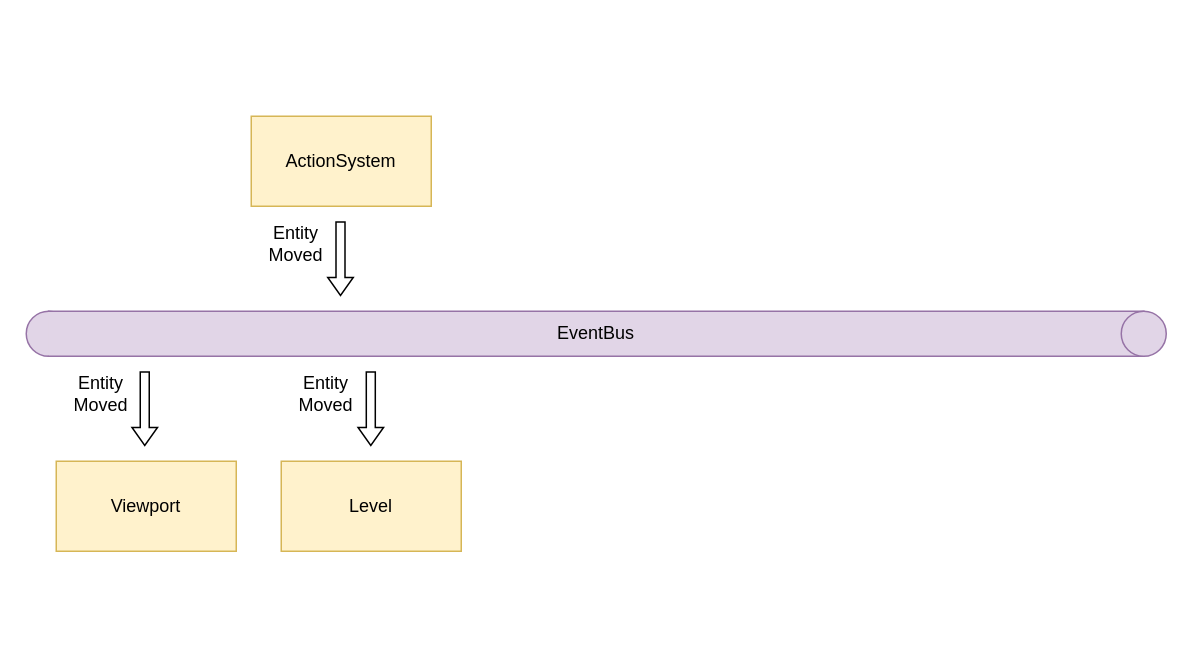
Earlier version of the draw.io diagram page "Events" (2 of 2) of docs/schemas.drawio (vladimir-popov/forgotten_catacombs). Source tidied: cells renumbered, new cells numbered last; positions are measured from the earlier drawing's top-left corner, leaving out a move shared by most shapes. Both pictures are drawn from the tidied source at 150%, with x=0, y=0 at pixel (26, 116).
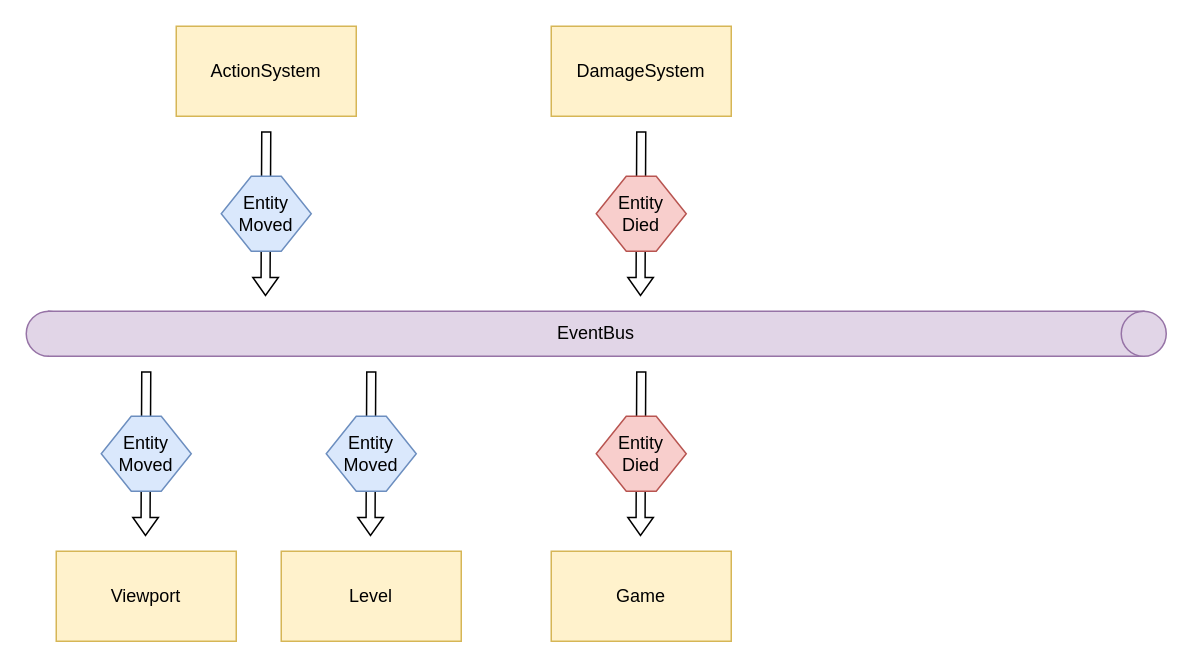
After the change.

The edit, as a diff of the source:
```diff
@@
     <mxCell id="6" value="ActionSystem" style="rounded=0;whiteSpace=wrap;html=1;fillColor=#fff2cc;strokeColor=#d6b656;" parent="1" vertex="1">
-      <mxGeometry x="150" width="120" height="60" as="geometry" />
+      <mxGeometry x="100" y="-60" width="120" height="60" as="geometry" />
     </mxCell>
-    <mxCell id="7" style="shape=flexArrow;endArrow=classic;html=1;rounded=0;endWidth=10;endSize=3.665;width=6;" parent="1" edge="1">
-      <mxGeometry relative="1" as="geometry">
-        <mxPoint x="209.5" y="70" as="sourcePoint" />
-        <mxPoint x="209.5" y="120" as="targetPoint" />
-      </mxGeometry>
-    </mxCell>
-    <mxCell id="8" value="Entity Moved" style="text;html=1;align=center;verticalAlign=middle;whiteSpace=wrap;rounded=0;" parent="1" vertex="1">
-      <mxGeometry x="150" y="70" width="60" height="30" as="geometry" />
-    </mxCell>
     <mxCell id="9" value="Viewport" style="rounded=0;whiteSpace=wrap;html=1;fillColor=#fff2cc;strokeColor=#d6b656;" parent="1" vertex="1">
-      <mxGeometry x="20" y="230" width="120" height="60" as="geometry" />
+      <mxGeometry x="20" y="290" width="120" height="60" as="geometry" />
     </mxCell>
-    <mxCell id="10" style="shape=flexArrow;endArrow=classic;html=1;rounded=0;endWidth=10;endSize=3.665;width=6;" parent="1" edge="1">
-      <mxGeometry relative="1" as="geometry">
-        <mxPoint x="79" y="170" as="sourcePoint" />
-        <mxPoint x="79" y="220" as="targetPoint" />
-      </mxGeometry>
-    </mxCell>
-    <mxCell id="11" value="Entity Moved" style="text;html=1;align=center;verticalAlign=middle;whiteSpace=wrap;rounded=0;" parent="1" vertex="1">
-      <mxGeometry x="170" y="170" width="60" height="30" as="geometry" />
-    </mxCell>
     <mxCell id="12" value="Level" style="rounded=0;whiteSpace=wrap;html=1;fillColor=#fff2cc;strokeColor=#d6b656;" parent="1" vertex="1">
-      <mxGeometry x="170" y="230" width="120" height="60" as="geometry" />
+      <mxGeometry x="170" y="290" width="120" height="60" as="geometry" />
     </mxCell>
-    <mxCell id="13" style="shape=flexArrow;endArrow=classic;html=1;rounded=0;endWidth=10;endSize=3.665;width=6;" parent="1" edge="1">
-      <mxGeometry relative="1" as="geometry">
-        <mxPoint x="229.7" y="170" as="sourcePoint" />
-        <mxPoint x="229.7" y="220" as="targetPoint" />
-      </mxGeometry>
-    </mxCell>
-    <mxCell id="14" value="Entity Moved" style="text;html=1;align=center;verticalAlign=middle;whiteSpace=wrap;rounded=0;" parent="1" vertex="1">
-      <mxGeometry x="20" y="170" width="60" height="30" as="geometry" />
-    </mxCell>
+    <mxCell id="15" value="DamageSystem" style="rounded=0;whiteSpace=wrap;html=1;fillColor=#fff2cc;strokeColor=#d6b656;" parent="1" vertex="1">
+      <mxGeometry x="350" y="-60" width="120" height="60" as="geometry" />
+    </mxCell>
+    <mxCell id="16" style="shape=flexArrow;endArrow=classic;html=1;rounded=0;endWidth=10;endSize=3.665;width=6;" parent="1" edge="1">
+      <mxGeometry relative="1" as="geometry">
+        <mxPoint x="410" y="10" as="sourcePoint" />
+        <mxPoint x="409.5" y="120" as="targetPoint" />
+      </mxGeometry>
+    </mxCell>
+    <mxCell id="17" value="Game" style="rounded=0;whiteSpace=wrap;html=1;fillColor=#fff2cc;strokeColor=#d6b656;" parent="1" vertex="1">
+      <mxGeometry x="350" y="290" width="120" height="60" as="geometry" />
+    </mxCell>
+    <mxCell id="18" value="Entity Died" style="shape=hexagon;perimeter=hexagonPerimeter2;whiteSpace=wrap;html=1;fixedSize=1;fillColor=#f8cecc;strokeColor=#b85450;" parent="1" vertex="1">
+      <mxGeometry x="380" y="40" width="60" height="50" as="geometry" />
+    </mxCell>
+    <mxCell id="19" style="shape=flexArrow;endArrow=classic;html=1;rounded=0;endWidth=10;endSize=3.665;width=6;" parent="1" edge="1">
+      <mxGeometry relative="1" as="geometry">
+        <mxPoint x="410" y="170" as="sourcePoint" />
+        <mxPoint x="409.5" y="280" as="targetPoint" />
+      </mxGeometry>
+    </mxCell>
+    <mxCell id="20" value="Entity Died" style="shape=hexagon;perimeter=hexagonPerimeter2;whiteSpace=wrap;html=1;fixedSize=1;fillColor=#f8cecc;strokeColor=#b85450;" parent="1" vertex="1">
+      <mxGeometry x="380" y="200" width="60" height="50" as="geometry" />
+    </mxCell>
+    <mxCell id="21" style="shape=flexArrow;endArrow=classic;html=1;rounded=0;endWidth=10;endSize=3.665;width=6;" parent="1" edge="1">
+      <mxGeometry relative="1" as="geometry">
+        <mxPoint x="160" y="10" as="sourcePoint" />
+        <mxPoint x="159.5" y="120" as="targetPoint" />
+      </mxGeometry>
+    </mxCell>
+    <mxCell id="22" value="Entity Moved" style="shape=hexagon;perimeter=hexagonPerimeter2;whiteSpace=wrap;html=1;fixedSize=1;fillColor=#dae8fc;strokeColor=#6c8ebf;" parent="1" vertex="1">
+      <mxGeometry x="130" y="40" width="60" height="50" as="geometry" />
+    </mxCell>
+    <mxCell id="23" style="shape=flexArrow;endArrow=classic;html=1;rounded=0;endWidth=10;endSize=3.665;width=6;" parent="1" edge="1">
+      <mxGeometry relative="1" as="geometry">
+        <mxPoint x="80" y="170" as="sourcePoint" />
+        <mxPoint x="79.5" y="280" as="targetPoint" />
+      </mxGeometry>
+    </mxCell>
+    <mxCell id="24" value="Entity Moved" style="shape=hexagon;perimeter=hexagonPerimeter2;whiteSpace=wrap;html=1;fixedSize=1;fillColor=#dae8fc;strokeColor=#6c8ebf;" parent="1" vertex="1">
+      <mxGeometry x="50" y="200" width="60" height="50" as="geometry" />
+    </mxCell>
+    <mxCell id="25" style="shape=flexArrow;endArrow=classic;html=1;rounded=0;endWidth=10;endSize=3.665;width=6;" parent="1" edge="1">
+      <mxGeometry relative="1" as="geometry">
+        <mxPoint x="230" y="170" as="sourcePoint" />
+        <mxPoint x="229.5" y="280" as="targetPoint" />
+      </mxGeometry>
+    </mxCell>
+    <mxCell id="26" value="Entity Moved" style="shape=hexagon;perimeter=hexagonPerimeter2;whiteSpace=wrap;html=1;fixedSize=1;fillColor=#dae8fc;strokeColor=#6c8ebf;" parent="1" vertex="1">
+      <mxGeometry x="200" y="200" width="60" height="50" as="geometry" />
+    </mxCell>
```
